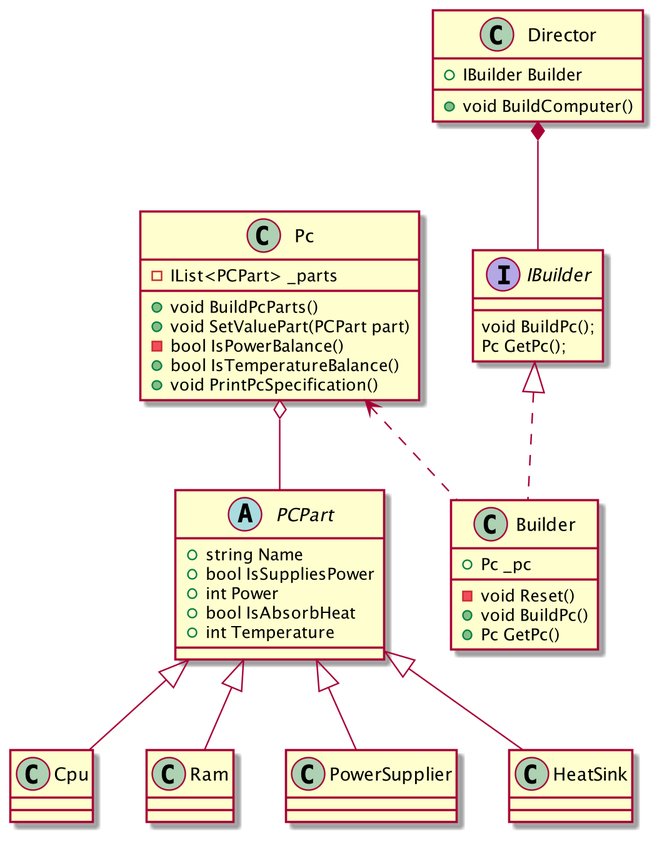
Above: PCBuilder/Uml/Uml.png in brzozasr/PCBuilder (PlantUML), before the change.
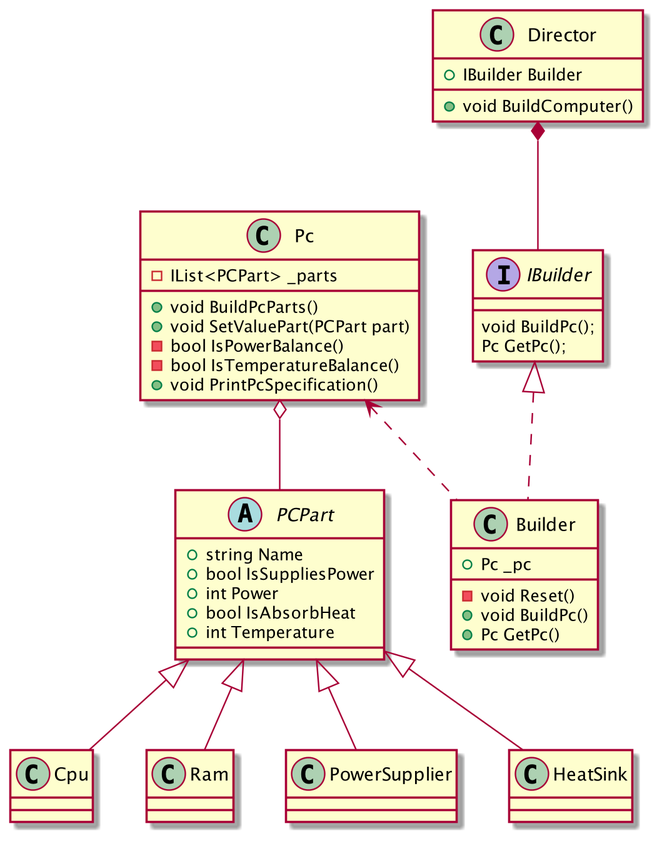
The same file after the commit.

Change to the diagram source:
```diff
@@ -25,7 +25,7 @@
     + void BuildPcParts()
     + void SetValuePart(PCPart part)
     - bool IsPowerBalance()
-    + bool IsTemperatureBalance()
+    - bool IsTemperatureBalance()
     + void PrintPcSpecification()
 }
 
```
